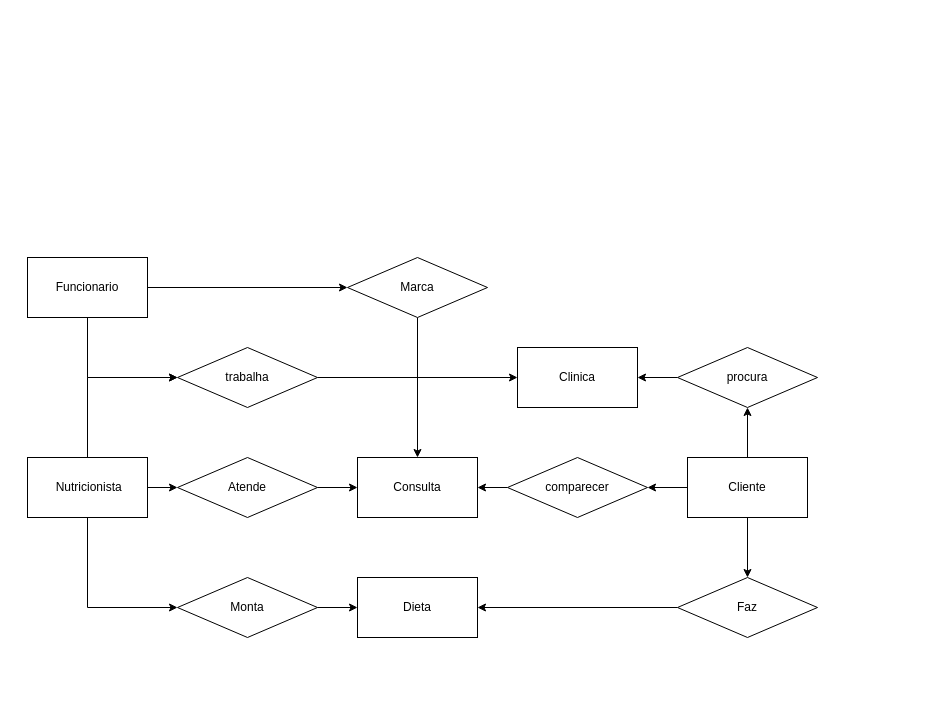
Above: diagrama/diagramaEntidades.drawio in Surfhaii/ProjectEng01 (draw.io), before the change. Source tidied: cells renumbered, new cells numbered last; positions are measured from the earlier drawing's top-left corner, leaving out a move shared by most shapes. Both pictures are drawn from the tidied source at 100%, with x=0, y=0 at pixel (27, 257).
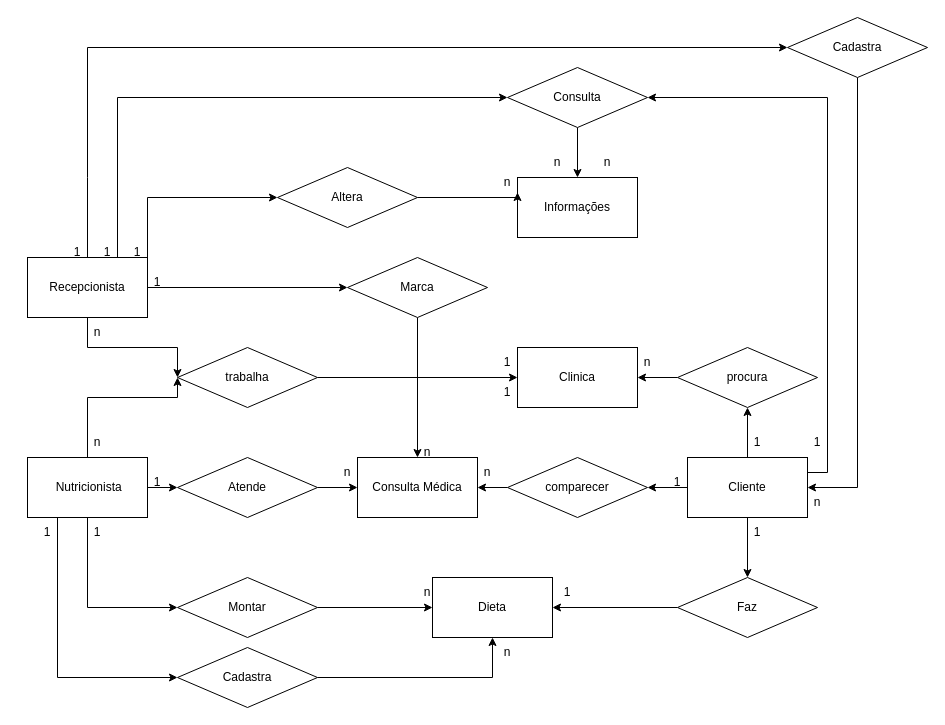
After the change.

Unchanged cells that the change refers to:
```xml
<mxCell id="9" value="Cliente" style="rounded=0;whiteSpace=wrap;html=1;" parent="1" vertex="1">
  <mxGeometry x="660" y="200" width="120" height="60" as="geometry" />
</mxCell>
<mxCell id="13" value="&amp;nbsp;Nutricionista" style="rounded=0;whiteSpace=wrap;html=1;" parent="1" vertex="1">
  <mxGeometry y="200" width="120" height="60" as="geometry" />
</mxCell>
<mxCell id="16" value="trabalha" style="rhombus;whiteSpace=wrap;html=1;" parent="1" vertex="1">
  <mxGeometry x="150" y="90" width="140" height="60" as="geometry" />
</mxCell>
```

What changed in the source:
```diff
@@
     <mxCell id="2" style="edgeStyle=orthogonalEdgeStyle;rounded=0;jettySize=auto;html=1;exitX=0.5;exitY=1;exitDx=0;exitDy=0;entryX=0;entryY=0.5;entryDx=0;entryDy=0;" parent="1" edge="1" source="4" target="16">
-      <mxGeometry relative="1" as="geometry" />
+      <mxGeometry relative="1" as="geometry">
+        <Array as="points">
+          <mxPoint x="60" y="90" />
+          <mxPoint x="150" y="90" />
+        </Array>
+      </mxGeometry>
     </mxCell>
@@
+    <mxCell id="30" style="edgeStyle=orthogonalEdgeStyle;rounded=0;jettySize=auto;html=1;exitX=0.75;exitY=0;exitDx=0;exitDy=0;entryX=0;entryY=0.5;entryDx=0;entryDy=0;" parent="1" edge="1" source="4" target="41">
+      <mxGeometry relative="1" as="geometry" />
+    </mxCell>
+    <mxCell id="31" style="edgeStyle=orthogonalEdgeStyle;rounded=0;jettySize=auto;html=1;exitX=1;exitY=0;exitDx=0;exitDy=0;entryX=0;entryY=0.5;entryDx=0;entryDy=0;" parent="1" edge="1" source="4" target="43">
+      <mxGeometry relative="1" as="geometry" />
+    </mxCell>
-    <mxCell id="4" value="Funcionario" style="rounded=0;whiteSpace=wrap;html=1;" parent="1" vertex="1">
+    <mxCell id="4" value="&lt;div&gt;Recepcionista&lt;/div&gt;" style="rounded=0;whiteSpace=wrap;html=1;" parent="1" vertex="1">
       <mxGeometry width="120" height="60" as="geometry" />
     </mxCell>
     <mxCell id="5" value="Dieta" style="rounded=0;whiteSpace=wrap;html=1;" parent="1" vertex="1">
-      <mxGeometry x="330" y="320" width="120" height="60" as="geometry" />
+      <mxGeometry x="405" y="320" width="120" height="60" as="geometry" />
     </mxCell>
@@
+    <mxCell id="32" style="edgeStyle=orthogonalEdgeStyle;rounded=0;jettySize=auto;html=1;exitX=1;exitY=0.25;exitDx=0;exitDy=0;entryX=1;entryY=0.5;entryDx=0;entryDy=0;" parent="1" edge="1" source="9" target="41">
+      <mxGeometry relative="1" as="geometry" />
+    </mxCell>
@@
     <mxCell id="10" style="edgeStyle=orthogonalEdgeStyle;rounded=0;jettySize=auto;html=1;exitX=0.5;exitY=0;exitDx=0;exitDy=0;entryX=0;entryY=0.5;entryDx=0;entryDy=0;" parent="1" edge="1" source="13" target="16">
-      <mxGeometry relative="1" as="geometry" />
+      <mxGeometry relative="1" as="geometry">
+        <Array as="points">
+          <mxPoint x="60" y="140" />
+          <mxPoint x="150" y="140" />
+        </Array>
+      </mxGeometry>
     </mxCell>
@@
+    <mxCell id="33" style="edgeStyle=orthogonalEdgeStyle;rounded=0;jettySize=auto;html=1;exitX=0.25;exitY=1;exitDx=0;exitDy=0;entryX=0;entryY=0.5;entryDx=0;entryDy=0;" parent="1" edge="1" source="13" target="39">
+      <mxGeometry relative="1" as="geometry" />
+    </mxCell>
@@
-    <mxCell id="24" value="Monta" style="rhombus;whiteSpace=wrap;html=1;" parent="1" vertex="1">
+    <mxCell id="24" value="Montar" style="rhombus;whiteSpace=wrap;html=1;" parent="1" vertex="1">
       <mxGeometry x="150" y="320" width="140" height="60" as="geometry" />
     </mxCell>
@@
-    <mxCell id="27" value="Consulta" style="rounded=0;whiteSpace=wrap;html=1;" parent="1" vertex="1">
+    <mxCell id="27" value="Consulta Médica" style="rounded=0;whiteSpace=wrap;html=1;" parent="1" vertex="1">
       <mxGeometry x="330" y="200" width="120" height="60" as="geometry" />
     </mxCell>
@@
+    <mxCell id="34" style="edgeStyle=orthogonalEdgeStyle;rounded=0;jettySize=auto;html=1;exitX=0.5;exitY=1;exitDx=0;exitDy=0;entryX=1;entryY=0.5;entryDx=0;entryDy=0;" parent="1" edge="1" source="36" target="9">
+      <mxGeometry relative="1" as="geometry" />
+    </mxCell>
+    <mxCell id="35" style="endArrow=classic;html=1;rounded=0;exitX=0.5;exitY=0;exitDx=0;exitDy=0;entryX=0;entryY=0.5;entryDx=0;entryDy=0;" parent="1" edge="1" source="4" target="36">
+      <mxGeometry relative="1" as="geometry">
+        <Array as="points">
+          <mxPoint x="60" y="-80" />
+          <mxPoint x="60" y="-210" />
+        </Array>
+      </mxGeometry>
+    </mxCell>
+    <mxCell id="36" value="Cadastra" style="rhombus;whiteSpace=wrap;html=1;" parent="1" vertex="1">
+      <mxGeometry x="760" y="-240" width="140" height="60" as="geometry" />
+    </mxCell>
+    <mxCell id="37" value="Informações" style="rounded=0;whiteSpace=wrap;html=1;" parent="1" vertex="1">
+      <mxGeometry x="490" y="-80" width="120" height="60" as="geometry" />
+    </mxCell>
+    <mxCell id="38" style="edgeStyle=orthogonalEdgeStyle;rounded=0;jettySize=auto;html=1;exitX=1;exitY=0.5;exitDx=0;exitDy=0;entryX=0.5;entryY=1;entryDx=0;entryDy=0;" parent="1" edge="1" source="39" target="5">
+      <mxGeometry relative="1" as="geometry" />
+    </mxCell>
+    <mxCell id="39" value="Cadastra" style="rhombus;whiteSpace=wrap;html=1;" parent="1" vertex="1">
+      <mxGeometry x="150" y="390" width="140" height="60" as="geometry" />
+    </mxCell>
+    <mxCell id="40" style="edgeStyle=orthogonalEdgeStyle;rounded=0;jettySize=auto;html=1;exitX=0.5;exitY=1;exitDx=0;exitDy=0;" parent="1" edge="1" source="41" target="37">
+      <mxGeometry relative="1" as="geometry" />
+    </mxCell>
+    <mxCell id="41" value="Consulta" style="rhombus;whiteSpace=wrap;html=1;" parent="1" vertex="1">
+      <mxGeometry x="480" y="-190" width="140" height="60" as="geometry" />
+    </mxCell>
+    <mxCell id="42" style="edgeStyle=orthogonalEdgeStyle;rounded=0;jettySize=auto;html=1;exitX=1;exitY=0.5;exitDx=0;exitDy=0;entryX=0;entryY=0.25;entryDx=0;entryDy=0;" parent="1" edge="1" source="43" target="37">
+      <mxGeometry relative="1" as="geometry">
+        <Array as="points">
+          <mxPoint x="490" y="-60" />
+        </Array>
+      </mxGeometry>
+    </mxCell>
+    <mxCell id="43" value="Altera" style="rhombus;whiteSpace=wrap;html=1;" parent="1" vertex="1">
+      <mxGeometry x="250" y="-90" width="140" height="60" as="geometry" />
+    </mxCell>
+    <mxCell id="44" value="1" style="text;html=1;strokeColor=none;fillColor=none;align=center;verticalAlign=middle;whiteSpace=wrap;rounded=0;" parent="1" vertex="1">
+      <mxGeometry x="700" y="260" width="60" height="30" as="geometry" />
+    </mxCell>
+    <mxCell id="45" value="n" style="text;html=1;strokeColor=none;fillColor=none;align=center;verticalAlign=middle;whiteSpace=wrap;rounded=0;" parent="1" vertex="1">
+      <mxGeometry x="370" y="180" width="60" height="30" as="geometry" />
+    </mxCell>
+    <mxCell id="46" value="1" style="text;html=1;strokeColor=none;fillColor=none;align=center;verticalAlign=middle;whiteSpace=wrap;rounded=0;" parent="1" vertex="1">
+      <mxGeometry x="450" y="90" width="60" height="30" as="geometry" />
+    </mxCell>
+    <mxCell id="47" value="1" style="text;html=1;strokeColor=none;fillColor=none;align=center;verticalAlign=middle;whiteSpace=wrap;rounded=0;" parent="1" vertex="1">
+      <mxGeometry x="100" y="10" width="60" height="30" as="geometry" />
+    </mxCell>
+    <mxCell id="48" value="1" style="text;html=1;strokeColor=none;fillColor=none;align=center;verticalAlign=middle;whiteSpace=wrap;rounded=0;" parent="1" vertex="1">
+      <mxGeometry x="510" y="320" width="60" height="30" as="geometry" />
+    </mxCell>
+    <mxCell id="49" value="1" style="text;html=1;strokeColor=none;fillColor=none;align=center;verticalAlign=middle;whiteSpace=wrap;rounded=0;" parent="1" vertex="1">
+      <mxGeometry x="620" y="210" width="60" height="30" as="geometry" />
+    </mxCell>
+    <mxCell id="50" value="n" style="text;html=1;strokeColor=none;fillColor=none;align=center;verticalAlign=middle;whiteSpace=wrap;rounded=0;" parent="1" vertex="1">
+      <mxGeometry x="370" y="320" width="60" height="30" as="geometry" />
+    </mxCell>
+    <mxCell id="51" value="n" style="text;html=1;strokeColor=none;fillColor=none;align=center;verticalAlign=middle;whiteSpace=wrap;rounded=0;" parent="1" vertex="1">
+      <mxGeometry x="590" y="90" width="60" height="30" as="geometry" />
+    </mxCell>
+    <mxCell id="52" value="n" style="text;html=1;strokeColor=none;fillColor=none;align=center;verticalAlign=middle;whiteSpace=wrap;rounded=0;" parent="1" vertex="1">
+      <mxGeometry x="430" y="200" width="60" height="30" as="geometry" />
+    </mxCell>
+    <mxCell id="53" value="n" style="text;html=1;strokeColor=none;fillColor=none;align=center;verticalAlign=middle;whiteSpace=wrap;rounded=0;" parent="1" vertex="1">
+      <mxGeometry x="290" y="200" width="60" height="30" as="geometry" />
+    </mxCell>
+    <mxCell id="54" value="n" style="text;html=1;strokeColor=none;fillColor=none;align=center;verticalAlign=middle;whiteSpace=wrap;rounded=0;" parent="1" vertex="1">
+      <mxGeometry x="40" y="170" width="60" height="30" as="geometry" />
+    </mxCell>
+    <mxCell id="55" value="n" style="text;html=1;strokeColor=none;fillColor=none;align=center;verticalAlign=middle;whiteSpace=wrap;rounded=0;" parent="1" vertex="1">
+      <mxGeometry x="40" y="60" width="60" height="30" as="geometry" />
+    </mxCell>
+    <mxCell id="56" value="1" style="text;html=1;strokeColor=none;fillColor=none;align=center;verticalAlign=middle;whiteSpace=wrap;rounded=0;" parent="1" vertex="1">
+      <mxGeometry x="40" y="260" width="60" height="30" as="geometry" />
+    </mxCell>
+    <mxCell id="57" value="1" style="text;html=1;strokeColor=none;fillColor=none;align=center;verticalAlign=middle;whiteSpace=wrap;rounded=0;" parent="1" vertex="1">
+      <mxGeometry x="700" y="170" width="60" height="30" as="geometry" />
+    </mxCell>
+    <mxCell id="58" value="1" style="text;html=1;strokeColor=none;fillColor=none;align=center;verticalAlign=middle;whiteSpace=wrap;rounded=0;" parent="1" vertex="1">
+      <mxGeometry x="100" y="210" width="60" height="30" as="geometry" />
+    </mxCell>
+    <mxCell id="59" value="1" style="text;html=1;strokeColor=none;fillColor=none;align=center;verticalAlign=middle;whiteSpace=wrap;rounded=0;" parent="1" vertex="1">
+      <mxGeometry x="450" y="120" width="60" height="30" as="geometry" />
+    </mxCell>
+    <mxCell id="60" value="1" style="text;html=1;strokeColor=none;fillColor=none;align=center;verticalAlign=middle;whiteSpace=wrap;rounded=0;" parent="1" vertex="1">
+      <mxGeometry x="50" y="-20" width="60" height="30" as="geometry" />
+    </mxCell>
+    <mxCell id="61" value="1" style="text;html=1;strokeColor=none;fillColor=none;align=center;verticalAlign=middle;whiteSpace=wrap;rounded=0;" parent="1" vertex="1">
+      <mxGeometry x="760" y="170" width="60" height="30" as="geometry" />
+    </mxCell>
+    <mxCell id="62" value="1" style="text;html=1;strokeColor=none;fillColor=none;align=center;verticalAlign=middle;whiteSpace=wrap;rounded=0;" parent="1" vertex="1">
+      <mxGeometry x="80" y="-20" width="60" height="30" as="geometry" />
+    </mxCell>
+    <mxCell id="63" value="1" style="text;html=1;strokeColor=none;fillColor=none;align=center;verticalAlign=middle;whiteSpace=wrap;rounded=0;" parent="1" vertex="1">
+      <mxGeometry x="-10" y="260" width="60" height="30" as="geometry" />
+    </mxCell>
+    <mxCell id="64" value="n" style="text;html=1;strokeColor=none;fillColor=none;align=center;verticalAlign=middle;whiteSpace=wrap;rounded=0;" parent="1" vertex="1">
+      <mxGeometry x="550" y="-110" width="60" height="30" as="geometry" />
+    </mxCell>
+    <mxCell id="65" value="n" style="text;html=1;strokeColor=none;fillColor=none;align=center;verticalAlign=middle;whiteSpace=wrap;rounded=0;" parent="1" vertex="1">
+      <mxGeometry x="500" y="-110" width="60" height="30" as="geometry" />
+    </mxCell>
+    <mxCell id="66" value="n" style="text;html=1;strokeColor=none;fillColor=none;align=center;verticalAlign=middle;whiteSpace=wrap;rounded=0;" parent="1" vertex="1">
+      <mxGeometry x="450" y="-90" width="60" height="30" as="geometry" />
+    </mxCell>
+    <mxCell id="67" value="n" style="text;html=1;strokeColor=none;fillColor=none;align=center;verticalAlign=middle;whiteSpace=wrap;rounded=0;" parent="1" vertex="1">
+      <mxGeometry x="450" y="380" width="60" height="30" as="geometry" />
+    </mxCell>
+    <mxCell id="68" value="1" style="text;html=1;strokeColor=none;fillColor=none;align=center;verticalAlign=middle;whiteSpace=wrap;rounded=0;" parent="1" vertex="1">
+      <mxGeometry x="20" y="-20" width="60" height="30" as="geometry" />
+    </mxCell>
+    <mxCell id="69" value="n" style="text;html=1;strokeColor=none;fillColor=none;align=center;verticalAlign=middle;whiteSpace=wrap;rounded=0;" parent="1" vertex="1">
+      <mxGeometry x="760" y="230" width="60" height="30" as="geometry" />
+    </mxCell>
```
